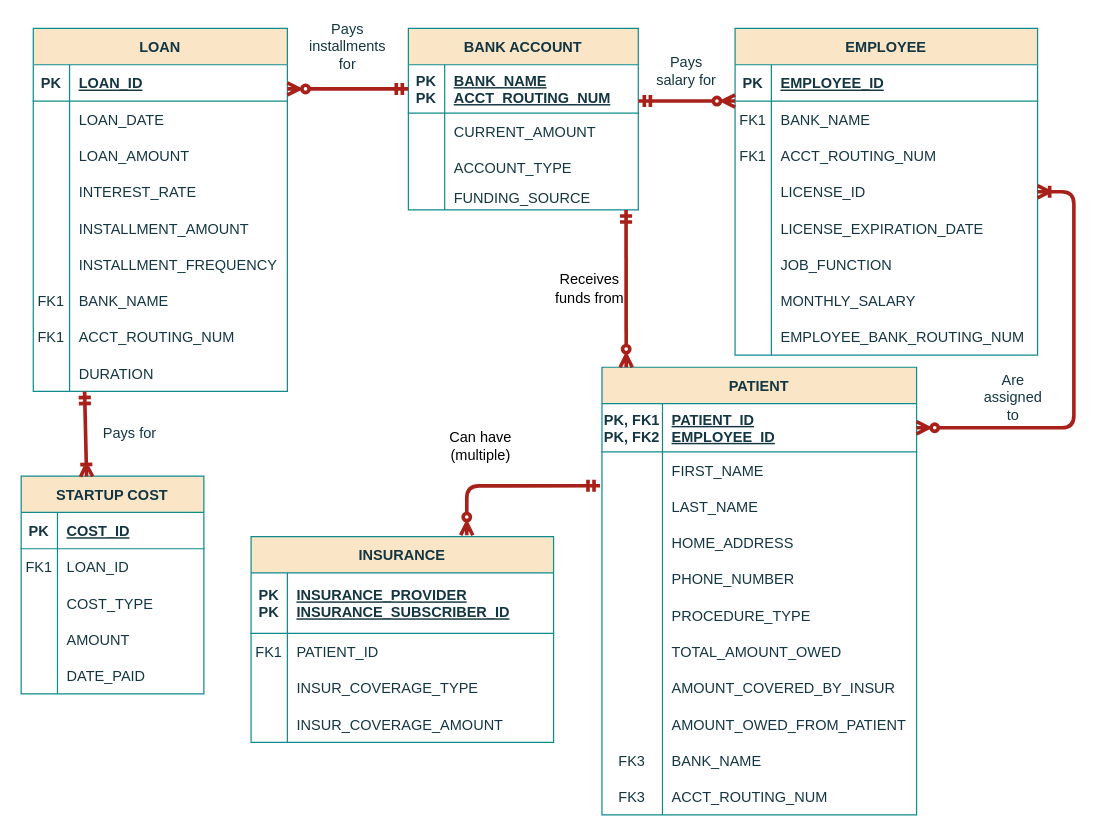
Before: hw.drawio in donjuli990/HW1, a draw.io diagram. Source tidied: cells renumbered, new cells numbered last; positions are measured from the earlier drawing's top-left corner, leaving out a move shared by most shapes. Both pictures are drawn from the tidied source at 121%, with x=0, y=0 at pixel (21, 28).
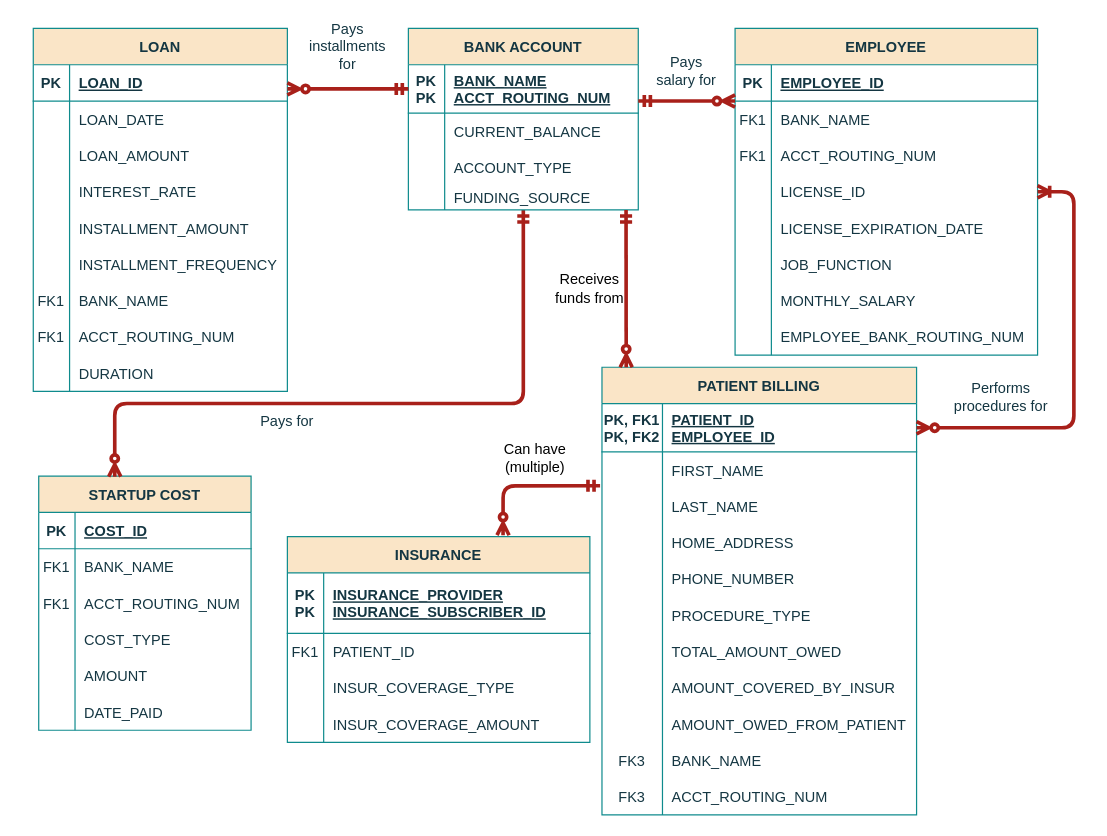
After the change.

Unchanged cells that the change refers to:
```xml
<mxCell id="86" style="shape=partialRectangle;fillColor=none;points=[[0,0.5],[1,0.5]];portConstraint=eastwest;top=0;left=0;right=0;bottom=0;labelBackgroundColor=none;strokeColor=#0F8B8D;fontColor=#143642;" parent="61" vertex="1">
  <mxGeometry y="270" width="210" height="30" as="geometry" />
</mxCell>
<mxCell id="125" style="shape=partialRectangle;fillColor=none;top=0;left=0;right=0;bottom=0;labelBackgroundColor=none;strokeColor=#0F8B8D;fontColor=#143642;" parent="121" vertex="1">
  <mxGeometry y="70" width="190" height="30" as="geometry" />
</mxCell>
<mxCell id="131" style="shape=partialRectangle;fillColor=none;points=[[0,0.5],[1,0.5]];portConstraint=eastwest;top=0;left=0;right=0;bottom=0;labelBackgroundColor=none;strokeColor=#0F8B8D;fontColor=#143642;" parent="121" vertex="1">
  <mxGeometry y="130" width="190" height="20" as="geometry" />
</mxCell>
```

What changed in the source:
```diff
@@
-    <mxCell id="27" value="PATIENT" style="shape=table;startSize=30;childLayout=tableLayout;rowLines=0;fontStyle=1;align=center;labelBackgroundColor=none;fillColor=#FAE5C7;strokeColor=#0F8B8D;fontColor=#143642;" parent="1" vertex="1">
+    <mxCell id="27" value="PATIENT BILLING" style="shape=table;startSize=30;childLayout=tableLayout;rowLines=0;fontStyle=1;align=center;labelBackgroundColor=none;fillColor=#FAE5C7;strokeColor=#0F8B8D;fontColor=#143642;" parent="1" vertex="1">
       <mxGeometry x="480" y="280" width="260" height="370" as="geometry" />
     </mxCell>
@@
-    <mxCell id="89" value="Are assigned to" style="text;html=1;align=center;verticalAlign=middle;whiteSpace=wrap;rounded=0;fontColor=#143642;" parent="1" vertex="1">
-      <mxGeometry x="790" y="290" width="60" height="30" as="geometry" />
+    <mxCell id="89" value="Performs procedures for" style="text;html=1;align=center;verticalAlign=middle;whiteSpace=wrap;rounded=0;fontColor=#143642;" parent="1" vertex="1">
+      <mxGeometry x="770" y="290" width="80" height="30" as="geometry" />
     </mxCell>
     <mxCell id="90" value="INSURANCE" style="shape=table;startSize=30;childLayout=tableLayout;rowLines=0;fontStyle=1;align=center;labelBackgroundColor=none;fillColor=#FAE5C7;strokeColor=#0F8B8D;fontColor=#143642;" parent="1" vertex="1">
-      <mxGeometry x="190" y="420" width="250" height="170" as="geometry" />
+      <mxGeometry x="220" y="420" width="250" height="170" as="geometry" />
     </mxCell>
@@
     <mxCell id="103" value="STARTUP COST" style="shape=table;startSize=30;childLayout=tableLayout;rowLines=0;fontStyle=1;align=center;labelBackgroundColor=none;fillColor=#FAE5C7;strokeColor=#0F8B8D;fontColor=#143642;" parent="1" vertex="1">
-      <mxGeometry y="370" width="151" height="180" as="geometry" />
+      <mxGeometry x="14.5" y="370" width="175.5" height="210" as="geometry" />
     </mxCell>
     <mxCell id="104" style="shape=partialRectangle;fillColor=none;top=0;left=0;right=0;bottom=1;labelBackgroundColor=none;strokeColor=#0F8B8D;fontColor=#143642;" parent="103" vertex="1">
-      <mxGeometry y="30" width="151" height="30" as="geometry" />
+      <mxGeometry y="30" width="175.5" height="30" as="geometry" />
     </mxCell>
@@
     <mxCell id="106" value="COST_ID" style="shape=partialRectangle;overflow=hidden;fillColor=none;top=0;left=0;bottom=0;right=0;align=left;spacingLeft=6;fontStyle=5;labelBackgroundColor=none;strokeColor=#0F8B8D;fontColor=#143642;" parent="104" vertex="1">
-      <mxGeometry x="30" width="121" height="30" as="geometry" />
+      <mxGeometry x="30" width="145.5" height="30" as="geometry" />
     </mxCell>
+    <mxCell id="143" style="shape=partialRectangle;fillColor=none;top=0;left=0;right=0;bottom=0;labelBackgroundColor=none;strokeColor=#0F8B8D;fontColor=#143642;" parent="103" vertex="1">
+      <mxGeometry y="60" width="175.5" height="30" as="geometry" />
+    </mxCell>
+    <mxCell id="144" value="FK1" style="shape=partialRectangle;overflow=hidden;fillColor=none;top=0;left=0;bottom=0;right=0;labelBackgroundColor=none;strokeColor=#0F8B8D;fontColor=#143642;" parent="143" vertex="1">
+      <mxGeometry width="30" height="30" as="geometry" />
+    </mxCell>
+    <mxCell id="145" value="BANK_NAME" style="shape=partialRectangle;overflow=hidden;fillColor=none;top=0;left=0;bottom=0;right=0;align=left;spacingLeft=6;labelBackgroundColor=none;strokeColor=#0F8B8D;fontColor=#143642;" parent="143" vertex="1">
+      <mxGeometry x="30" width="145.5" height="30" as="geometry" />
+    </mxCell>
     <mxCell id="107" style="shape=partialRectangle;fillColor=none;top=0;left=0;right=0;bottom=0;labelBackgroundColor=none;strokeColor=#0F8B8D;fontColor=#143642;" parent="103" vertex="1">
-      <mxGeometry y="60" width="151" height="30" as="geometry" />
+      <mxGeometry y="90" width="175.5" height="30" as="geometry" />
     </mxCell>
@@
-    <mxCell id="109" value="LOAN_ID" style="shape=partialRectangle;overflow=hidden;fillColor=none;top=0;left=0;bottom=0;right=0;align=left;spacingLeft=6;labelBackgroundColor=none;strokeColor=#0F8B8D;fontColor=#143642;" parent="107" vertex="1">
-      <mxGeometry x="30" width="121" height="30" as="geometry" />
+    <mxCell id="109" value="ACCT_ROUTING_NUM" style="shape=partialRectangle;overflow=hidden;fillColor=none;top=0;left=0;bottom=0;right=0;align=left;spacingLeft=6;labelBackgroundColor=none;strokeColor=#0F8B8D;fontColor=#143642;" parent="107" vertex="1">
+      <mxGeometry x="30" width="145.5" height="30" as="geometry" />
     </mxCell>
     <mxCell id="110" style="shape=partialRectangle;fillColor=none;top=0;left=0;right=0;bottom=0;labelBackgroundColor=none;strokeColor=#0F8B8D;fontColor=#143642;" parent="103" vertex="1">
-      <mxGeometry y="90" width="151" height="30" as="geometry" />
+      <mxGeometry y="120" width="175.5" height="30" as="geometry" />
     </mxCell>
@@
     <mxCell id="112" value="COST_TYPE" style="shape=partialRectangle;overflow=hidden;fillColor=none;top=0;left=0;bottom=0;right=0;align=left;spacingLeft=6;labelBackgroundColor=none;strokeColor=#0F8B8D;fontColor=#143642;" parent="110" vertex="1">
-      <mxGeometry x="30" width="121" height="30" as="geometry" />
+      <mxGeometry x="30" width="145.5" height="30" as="geometry" />
     </mxCell>
     <mxCell id="113" style="shape=partialRectangle;fillColor=none;top=0;left=0;right=0;bottom=0;labelBackgroundColor=none;strokeColor=#0F8B8D;fontColor=#143642;" parent="103" vertex="1">
-      <mxGeometry y="120" width="151" height="30" as="geometry" />
+      <mxGeometry y="150" width="175.5" height="30" as="geometry" />
     </mxCell>
@@
     <mxCell id="115" value="AMOUNT" style="shape=partialRectangle;overflow=hidden;fillColor=none;top=0;left=0;bottom=0;right=0;align=left;spacingLeft=6;labelBackgroundColor=none;strokeColor=#0F8B8D;fontColor=#143642;" parent="113" vertex="1">
-      <mxGeometry x="30" width="121" height="30" as="geometry" />
+      <mxGeometry x="30" width="145.5" height="30" as="geometry" />
     </mxCell>
     <mxCell id="116" style="shape=partialRectangle;fillColor=none;top=0;left=0;right=0;bottom=0;labelBackgroundColor=none;strokeColor=#0F8B8D;fontColor=#143642;" parent="103" vertex="1">
-      <mxGeometry y="150" width="151" height="30" as="geometry" />
+      <mxGeometry y="180" width="175.5" height="30" as="geometry" />
     </mxCell>
@@
     <mxCell id="118" value="DATE_PAID" style="shape=partialRectangle;overflow=hidden;fillColor=none;top=0;left=0;bottom=0;right=0;align=left;spacingLeft=6;labelBackgroundColor=none;strokeColor=#0F8B8D;fontColor=#143642;" parent="116" vertex="1">
-      <mxGeometry x="30" width="121" height="30" as="geometry" />
+      <mxGeometry x="30" width="145.5" height="30" as="geometry" />
     </mxCell>
     <mxCell id="119" value="Pays for" style="text;html=1;align=center;verticalAlign=middle;whiteSpace=wrap;rounded=0;fontColor=#143642;" parent="1" vertex="1">
-      <mxGeometry x="60" y="320" width="60" height="30" as="geometry" />
+      <mxGeometry x="190" y="310" width="60" height="30" as="geometry" />
     </mxCell>
-    <mxCell id="120" style="endArrow=ERoneToMany;startArrow=ERmandOne;endFill=0;startFill=0;labelBackgroundColor=none;strokeColor=#A8201A;fontColor=default;entryX=0.358;entryY=0.002;entryDx=0;entryDy=0;entryPerimeter=0;strokeWidth=3;exitX=0.202;exitY=1;exitDx=0;exitDy=0;exitPerimeter=0;" parent="1" edge="1" source="86" target="103">
-      <mxGeometry relative="1" as="geometry" />
+    <mxCell id="120" style="endArrow=ERzeroToMany;startArrow=ERmandOne;endFill=0;startFill=0;labelBackgroundColor=none;strokeColor=#A8201A;fontColor=default;entryX=0.358;entryY=0.002;entryDx=0;entryDy=0;entryPerimeter=0;strokeWidth=3;edgeStyle=elbowEdgeStyle;elbow=vertical;" parent="1" edge="1" source="131" target="103">
+      <mxGeometry relative="1" as="geometry">
+        <Array as="points">
+          <mxPoint x="260" y="310" />
+        </Array>
+      </mxGeometry>
     </mxCell>
@@
-    <mxCell id="127" value="CURRENT_AMOUNT" style="shape=partialRectangle;overflow=hidden;fillColor=none;top=0;left=0;bottom=0;right=0;align=left;spacingLeft=6;labelBackgroundColor=none;strokeColor=#0F8B8D;fontColor=#143642;" parent="125" vertex="1">
+    <mxCell id="127" value="CURRENT_BALANCE" style="shape=partialRectangle;overflow=hidden;fillColor=none;top=0;left=0;bottom=0;right=0;align=left;spacingLeft=6;labelBackgroundColor=none;strokeColor=#0F8B8D;fontColor=#143642;" parent="125" vertex="1">
       <mxGeometry x="30" width="160" height="30" as="geometry" />
     </mxCell>
@@
     <mxCell id="142" value="Can have (multiple)" style="text;html=1;align=center;verticalAlign=middle;whiteSpace=wrap;rounded=0;" parent="1" vertex="1">
-      <mxGeometry x="350" y="330" width="60" height="30" as="geometry" />
+      <mxGeometry x="395" y="340" width="60" height="30" as="geometry" />
     </mxCell>
```
